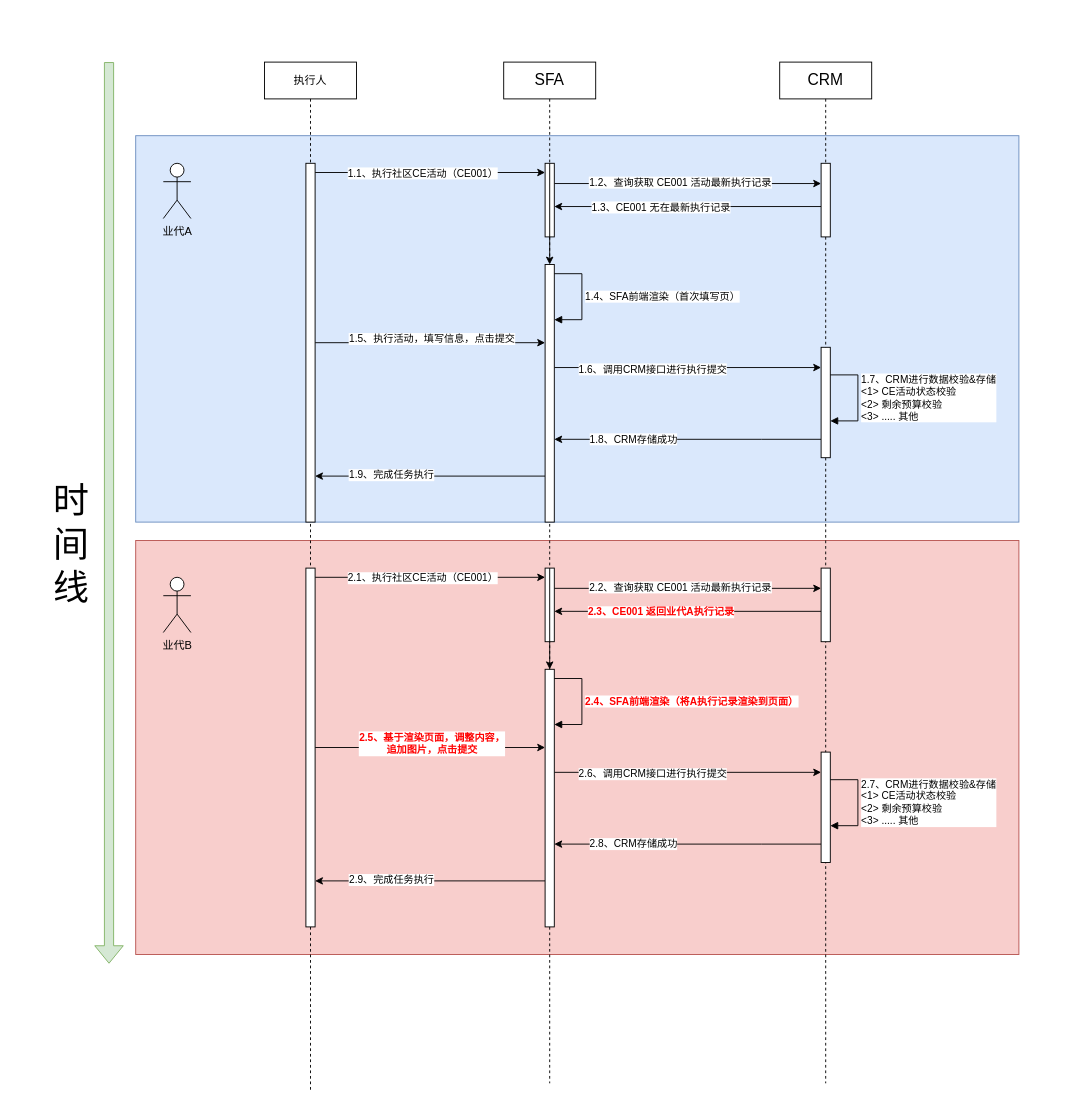
Above: 【0522】社区CE活动.drawio in 18857545022/- (draw.io), before the change. Source tidied: cells renumbered, new cells numbered last; positions are measured from the earlier drawing's top-left corner, leaving out a move shared by most shapes. Both pictures are drawn from the tidied source at 92%, with x=0, y=0 at pixel (43, 62).
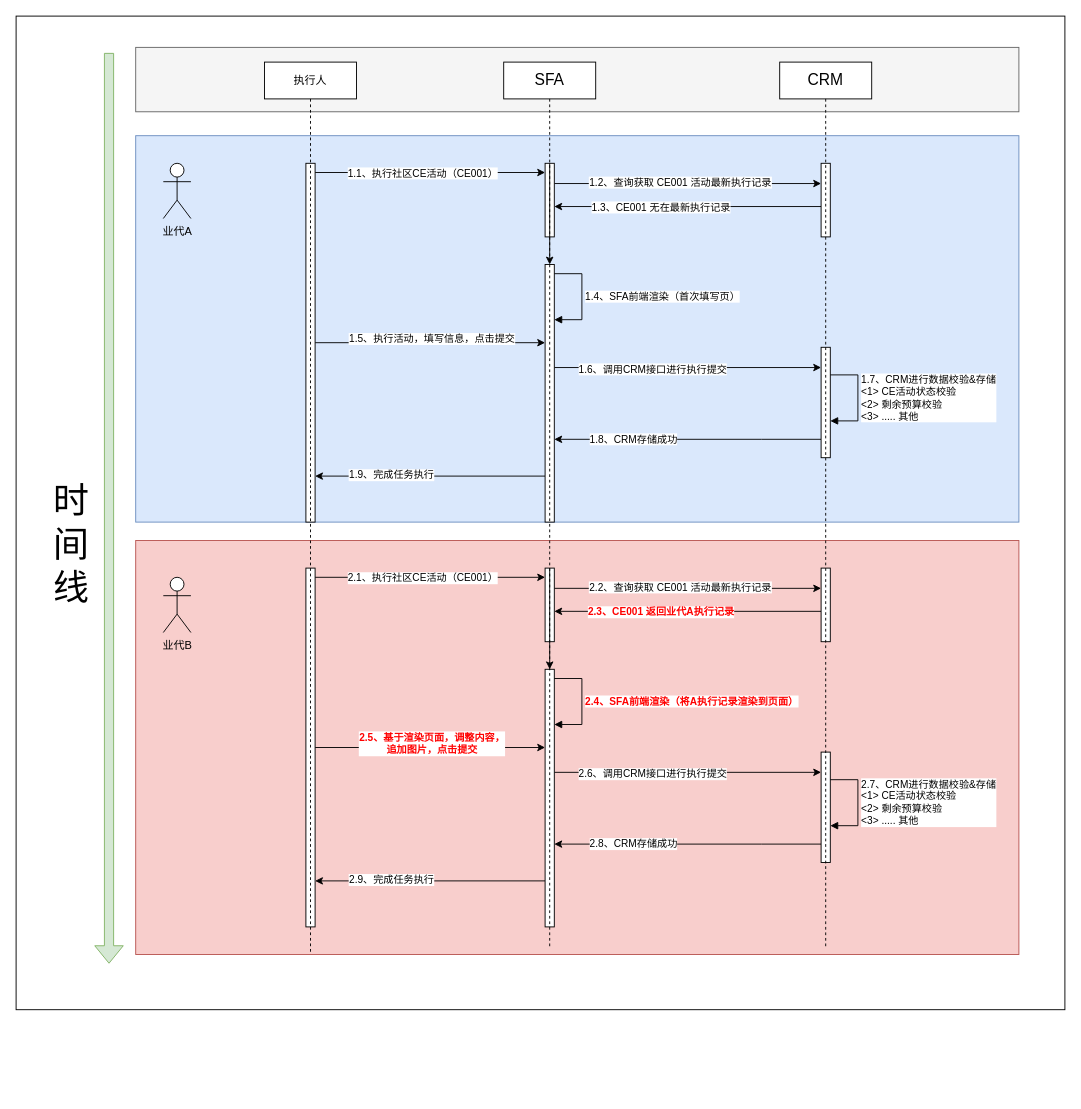
The same diagram, later.

Commit message (it also covers changes not shown here):
更新【0522】社区CE活动.drawio

Change to the diagram source:
```diff
@@
+    <mxCell id="57" style="rounded=0;whiteSpace=wrap;html=1;" parent="1" vertex="1">
+      <mxGeometry x="-30" y="-50" width="1140" height="1080" as="geometry" />
+    </mxCell>
+    <mxCell id="58" style="rounded=0;whiteSpace=wrap;html=1;fillColor=#f5f5f5;strokeColor=#666666;fontColor=#333333;" parent="1" vertex="1">
+      <mxGeometry x="100" y="-16" width="960" height="70" as="geometry" />
+    </mxCell>
@@
-    <mxCell id="4" value="SFA" style="shape=umlLifeline;perimeter=lifelinePerimeter;whiteSpace=wrap;html=1;newEdgeStyle={&quot;curved&quot;:0,&quot;rounded&quot;:0};fontSize=17;" parent="1" vertex="1">
-      <mxGeometry x="500" width="100" height="1110" as="geometry" />
-    </mxCell>
-    <mxCell id="5" value="CRM" style="shape=umlLifeline;perimeter=lifelinePerimeter;whiteSpace=wrap;html=1;newEdgeStyle={&quot;curved&quot;:0,&quot;rounded&quot;:0};fontSize=17;" parent="1" vertex="1">
-      <mxGeometry x="800" width="100" height="1110" as="geometry" />
-    </mxCell>
@@
-    <mxCell id="23" value="执行人" style="shape=umlLifeline;perimeter=lifelinePerimeter;whiteSpace=wrap;html=1;newEdgeStyle={&quot;curved&quot;:0,&quot;rounded&quot;:0};" parent="1" vertex="1">
-      <mxGeometry x="240" width="100" height="1120" as="geometry" />
-    </mxCell>
@@
     <mxCell id="31" style="shape=flexArrow;endArrow=classic;html=1;rounded=0;fillColor=#d5e8d4;strokeColor=#82b366;" parent="1" edge="1">
       <mxGeometry relative="1" as="geometry">
-        <mxPoint x="71" as="sourcePoint" />
+        <mxPoint x="71" y="-10" as="sourcePoint" />
         <mxPoint x="71" y="980" as="targetPoint" />
       </mxGeometry>
     </mxCell>
@@
+    <mxCell id="59" style="group;" parent="1" vertex="1">
+      <mxGeometry x="240" width="660" height="970" as="geometry" />
+    </mxCell>
+    <mxCell id="4" value="SFA" style="shape=umlLifeline;perimeter=lifelinePerimeter;whiteSpace=wrap;html=1;newEdgeStyle={&quot;curved&quot;:0,&quot;rounded&quot;:0};fontSize=17;" parent="59" vertex="1">
+      <mxGeometry x="260" width="100" height="961.3" as="geometry" />
+    </mxCell>
+    <mxCell id="5" value="CRM" style="shape=umlLifeline;perimeter=lifelinePerimeter;whiteSpace=wrap;html=1;newEdgeStyle={&quot;curved&quot;:0,&quot;rounded&quot;:0};fontSize=17;" parent="59" vertex="1">
+      <mxGeometry x="560" width="100" height="961.3" as="geometry" />
+    </mxCell>
+    <mxCell id="23" value="执行人" style="shape=umlLifeline;perimeter=lifelinePerimeter;whiteSpace=wrap;html=1;newEdgeStyle={&quot;curved&quot;:0,&quot;rounded&quot;:0};" parent="59" vertex="1">
+      <mxGeometry width="100" height="970" as="geometry" />
+    </mxCell>
```
